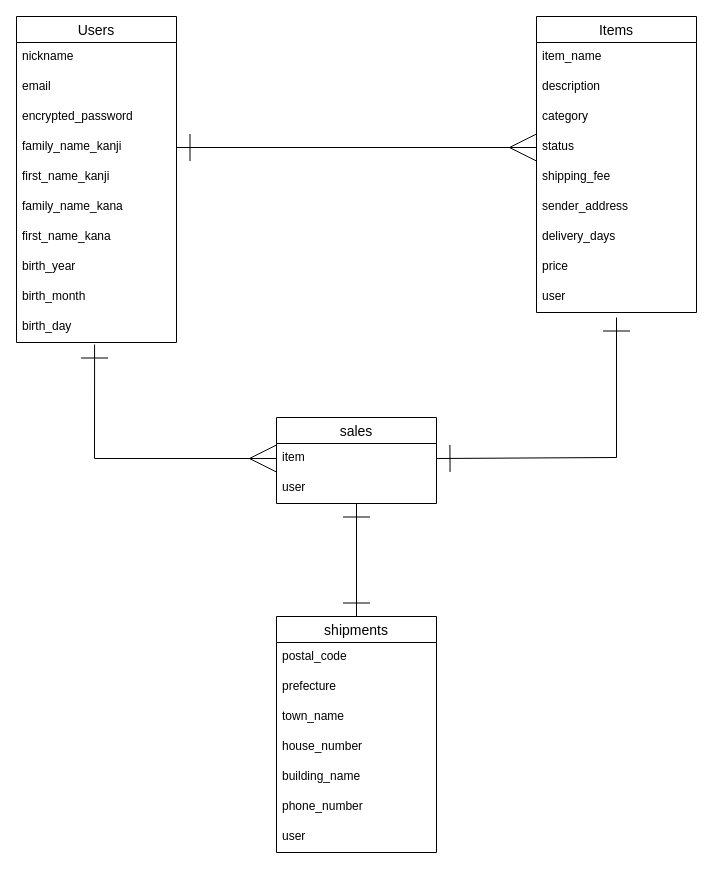
Above: furima_ER.dio in imotasatara/furima-38580 (draw.io), before the change. Source tidied: cells renumbered, new cells numbered last; positions are measured from the earlier drawing's top-left corner, leaving out a move shared by most shapes. Both pictures are drawn from the tidied source at 100%, with x=0, y=0 at pixel (16, 16).
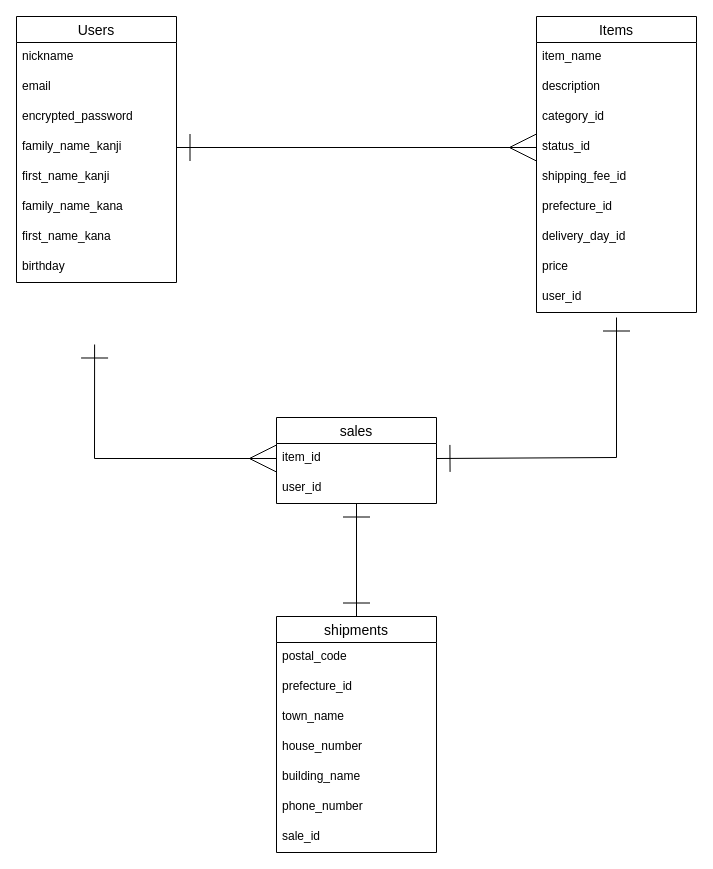
Above is the later version.

Commit message (it also covers changes not shown here):
データベース設計の修正

The change refers to these unchanged cells:
```xml
<mxCell id="13" value="Items" style="swimlane;fontStyle=0;horizontal=1;startSize=26;align=center;fontSize=14;" parent="1" vertex="1">
  <mxGeometry x="520" width="160" height="296" as="geometry" />
</mxCell>
<mxCell id="24" value="shipments" style="swimlane;fontStyle=0;horizontal=1;startSize=26;align=center;fontSize=14;" parent="1" vertex="1">
  <mxGeometry x="260" y="600" width="160" height="236" as="geometry" />
</mxCell>
<mxCell id="33" value="sales" style="swimlane;fontStyle=0;horizontal=1;startSize=26;align=center;fontSize=14;" parent="1" vertex="1">
  <mxGeometry x="260" y="401" width="160" height="86" as="geometry" />
</mxCell>
```

The edit, as a diff of the source:
```diff
@@
     <mxCell id="2" value="Users" style="swimlane;fontStyle=0;horizontal=1;startSize=26;align=center;fontSize=14;" parent="1" vertex="1">
-      <mxGeometry width="160" height="326" as="geometry" />
+      <mxGeometry width="160" height="266" as="geometry" />
     </mxCell>
@@
-    <mxCell id="10" value="birth_year" style="text;strokeColor=none;fillColor=none;spacingLeft=4;spacingRight=4;overflow=hidden;fontSize=12;" parent="2" vertex="1">
+    <mxCell id="10" value="birthday" style="text;strokeColor=none;fillColor=none;spacingLeft=4;spacingRight=4;overflow=hidden;fontSize=12;" parent="2" vertex="1">
       <mxGeometry y="236" width="160" height="30" as="geometry" />
     </mxCell>
-    <mxCell id="11" value="birth_month" style="text;strokeColor=none;fillColor=none;spacingLeft=4;spacingRight=4;overflow=hidden;fontSize=12;" parent="2" vertex="1">
-      <mxGeometry y="266" width="160" height="30" as="geometry" />
-    </mxCell>
-    <mxCell id="12" value="birth_day" style="text;strokeColor=none;fillColor=none;spacingLeft=4;spacingRight=4;overflow=hidden;points=[[0,0.5],[1,0.5]];portConstraint=eastwest;fontSize=12;" parent="2" vertex="1">
-      <mxGeometry y="296" width="160" height="30" as="geometry" />
-    </mxCell>
@@
-    <mxCell id="16" value="category" style="text;strokeColor=none;fillColor=none;spacingLeft=4;spacingRight=4;overflow=hidden;fontSize=12;" parent="13" vertex="1">
+    <mxCell id="16" value="category_id" style="text;strokeColor=none;fillColor=none;spacingLeft=4;spacingRight=4;overflow=hidden;fontSize=12;" parent="13" vertex="1">
       <mxGeometry y="86" width="160" height="30" as="geometry" />
     </mxCell>
-    <mxCell id="17" value="status" style="text;strokeColor=none;fillColor=none;spacingLeft=4;spacingRight=4;overflow=hidden;points=[[0,0.5],[1,0.5]];portConstraint=eastwest;fontSize=12;" parent="13" vertex="1">
+    <mxCell id="17" value="status_id" style="text;strokeColor=none;fillColor=none;spacingLeft=4;spacingRight=4;overflow=hidden;points=[[0,0.5],[1,0.5]];portConstraint=eastwest;fontSize=12;" parent="13" vertex="1">
       <mxGeometry y="116" width="160" height="30" as="geometry" />
     </mxCell>
-    <mxCell id="18" value="shipping_fee" style="text;strokeColor=none;fillColor=none;spacingLeft=4;spacingRight=4;overflow=hidden;fontSize=12;" parent="13" vertex="1">
+    <mxCell id="18" value="shipping_fee_id" style="text;strokeColor=none;fillColor=none;spacingLeft=4;spacingRight=4;overflow=hidden;fontSize=12;" parent="13" vertex="1">
       <mxGeometry y="146" width="160" height="30" as="geometry" />
     </mxCell>
-    <mxCell id="19" value="sender_address" style="text;strokeColor=none;fillColor=none;spacingLeft=4;spacingRight=4;overflow=hidden;fontSize=12;" parent="13" vertex="1">
+    <mxCell id="19" value="prefecture_id" style="text;strokeColor=none;fillColor=none;spacingLeft=4;spacingRight=4;overflow=hidden;fontSize=12;" parent="13" vertex="1">
       <mxGeometry y="176" width="160" height="30" as="geometry" />
     </mxCell>
-    <mxCell id="20" value="delivery_days" style="text;strokeColor=none;fillColor=none;spacingLeft=4;spacingRight=4;overflow=hidden;fontSize=12;" parent="13" vertex="1">
+    <mxCell id="20" value="delivery_day_id" style="text;strokeColor=none;fillColor=none;spacingLeft=4;spacingRight=4;overflow=hidden;fontSize=12;" parent="13" vertex="1">
       <mxGeometry y="206" width="160" height="30" as="geometry" />
     </mxCell>
@@
-    <mxCell id="22" value="user" style="text;strokeColor=none;fillColor=none;spacingLeft=4;spacingRight=4;overflow=hidden;fontSize=12;" parent="13" vertex="1">
+    <mxCell id="22" value="user_id" style="text;strokeColor=none;fillColor=none;spacingLeft=4;spacingRight=4;overflow=hidden;fontSize=12;" parent="13" vertex="1">
       <mxGeometry y="266" width="160" height="30" as="geometry" />
     </mxCell>
@@
-    <mxCell id="26" value="prefecture" style="text;strokeColor=none;fillColor=none;spacingLeft=4;spacingRight=4;overflow=hidden;fontSize=12;" parent="24" vertex="1">
+    <mxCell id="26" value="prefecture_id" style="text;strokeColor=none;fillColor=none;spacingLeft=4;spacingRight=4;overflow=hidden;fontSize=12;" parent="24" vertex="1">
       <mxGeometry y="56" width="160" height="30" as="geometry" />
     </mxCell>
@@
-    <mxCell id="31" value="user" style="text;strokeColor=none;fillColor=none;spacingLeft=4;spacingRight=4;overflow=hidden;fontSize=12;" parent="24" vertex="1">
+    <mxCell id="31" value="sale_id" style="text;strokeColor=none;fillColor=none;spacingLeft=4;spacingRight=4;overflow=hidden;fontSize=12;" parent="24" vertex="1">
       <mxGeometry y="206" width="160" height="30" as="geometry" />
     </mxCell>
@@
-    <mxCell id="34" value="item" style="text;strokeColor=none;fillColor=none;spacingLeft=4;spacingRight=4;overflow=hidden;points=[[0,0.5],[1,0.5]];portConstraint=eastwest;fontSize=12;" parent="33" vertex="1">
+    <mxCell id="34" value="item_id" style="text;strokeColor=none;fillColor=none;spacingLeft=4;spacingRight=4;overflow=hidden;points=[[0,0.5],[1,0.5]];portConstraint=eastwest;fontSize=12;" parent="33" vertex="1">
       <mxGeometry y="26" width="160" height="30" as="geometry" />
     </mxCell>
-    <mxCell id="35" value="user" style="text;strokeColor=none;fillColor=none;spacingLeft=4;spacingRight=4;overflow=hidden;points=[[0,0.5],[1,0.5]];portConstraint=eastwest;fontSize=12;" parent="33" vertex="1">
+    <mxCell id="35" value="user_id" style="text;strokeColor=none;fillColor=none;spacingLeft=4;spacingRight=4;overflow=hidden;points=[[0,0.5],[1,0.5]];portConstraint=eastwest;fontSize=12;" parent="33" vertex="1">
       <mxGeometry y="56" width="160" height="30" as="geometry" />
     </mxCell>
@@
-    <mxCell id="37" style="edgeStyle=none;rounded=0;html=1;exitX=0;exitY=0.5;exitDx=0;exitDy=0;entryX=0.488;entryY=1.067;entryDx=0;entryDy=0;entryPerimeter=0;strokeWidth=1;startArrow=ERmany;startFill=0;endArrow=ERone;endFill=0;startSize=25;endSize=25;" parent="1" edge="1" source="34" target="12">
+    <mxCell id="37" style="edgeStyle=none;rounded=0;html=1;exitX=0;exitY=0.5;exitDx=0;exitDy=0;entryX=0.488;entryY=1.067;entryDx=0;entryDy=0;entryPerimeter=0;strokeWidth=1;startArrow=ERmany;startFill=0;endArrow=ERone;endFill=0;startSize=25;endSize=25;" parent="1" edge="1" source="34">
       <mxGeometry relative="1" as="geometry">
+        <mxPoint x="78.1" y="328" as="targetPoint" />
         <Array as="points">
           <mxPoint x="78" y="442" />
         </Array>
       </mxGeometry>
     </mxCell>
```
